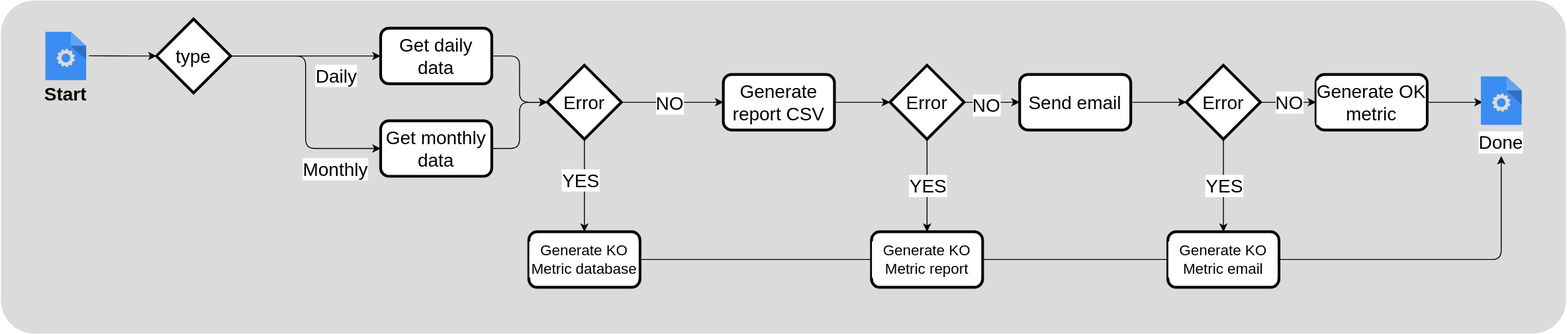
The draw.io diagram docs/diagrams/workflows/data_highway/reports/signet.drawio.svg in Bruin-Dev/Intelygenz, before a commit. Source tidied: cells renumbered, new cells last; positions are measured from the earlier drawing's top-left corner, leaving out a move shared by most shapes.
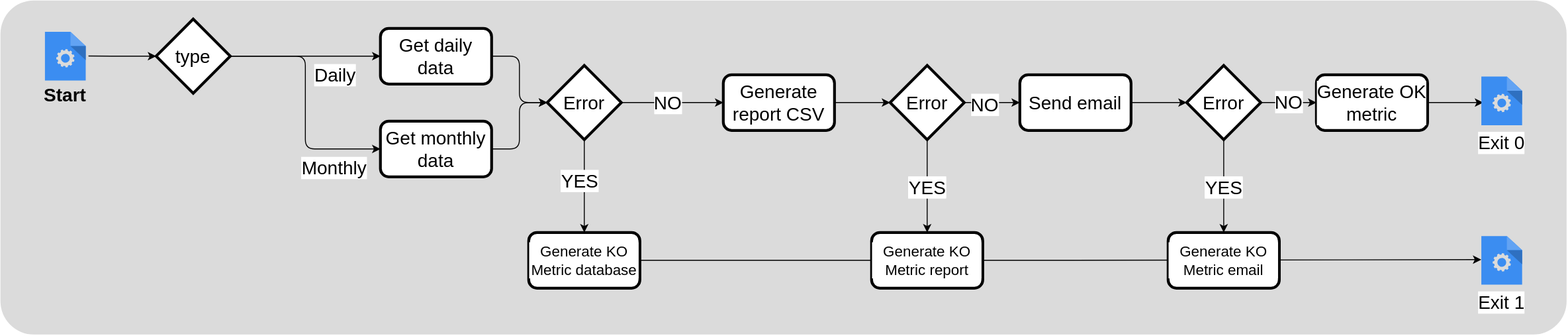
After the commit.

Commit message:
docs(diagrams): Update signet diagram to finish with exit 0 or 1

Diff of the diagram source:
```diff
@@ -63,7 +63,7 @@
     <mxCell id="20" value="Generate OK metric" style="rounded=1;whiteSpace=wrap;html=1;labelBackgroundColor=#FFFFFF;fontSize=20;fontColor=#000000;strokeColor=#000000;strokeWidth=3;fillColor=#FFFFFF;" parent="1" vertex="1">
       <mxGeometry x="1420" y="80" width="120" height="60" as="geometry" />
     </mxCell>
-    <mxCell id="21" style="edgeStyle=orthogonalEdgeStyle;html=1;exitX=1;exitY=0.5;exitDx=0;exitDy=0;entryX=0.5;entryY=1;entryDx=0;entryDy=0;fontSize=20;fontColor=#000000;startArrow=none;startFill=0;endArrow=classic;endFill=1;strokeColor=#000000;" parent="1" edge="1" source="22" target="39">
+    <mxCell id="21" style="edgeStyle=orthogonalEdgeStyle;html=1;exitX=1;exitY=0.5;exitDx=0;exitDy=0;entryX=-0.002;entryY=0.486;entryDx=0;entryDy=0;fontSize=20;fontColor=#000000;startArrow=none;startFill=0;endArrow=classic;endFill=1;strokeColor=#000000;entryPerimeter=0;" parent="1" edge="1" source="22" target="42">
       <mxGeometry relative="1" as="geometry" />
     </mxCell>
     <mxCell id="22" value="Generate KO Metric database" style="rounded=1;whiteSpace=wrap;html=1;labelBackgroundColor=#FFFFFF;fontSize=16;fontColor=#000000;strokeColor=#000000;strokeWidth=3;fillColor=#FFFFFF;" parent="1" vertex="1">
@@ -123,7 +123,7 @@
     <mxCell id="38" style="sketch=0;html=1;strokeColor=none;shadow=0;align=center;verticalAlign=top;fillColor=#3B8DF1;shape=mxgraph.gcp2.process;" parent="1" vertex="1">
       <mxGeometry x="1598" y="82" width="44" height="52.4" as="geometry" />
     </mxCell>
-    <mxCell id="39" value="Done" style="text;html=1;strokeColor=none;fillColor=none;align=center;verticalAlign=middle;whiteSpace=wrap;rounded=0;labelBackgroundColor=#FFFFFF;fontSize=20;fontColor=#000000;" parent="1" vertex="1">
+    <mxCell id="39" value="Exit 0" style="text;html=1;strokeColor=none;fillColor=none;align=center;verticalAlign=middle;whiteSpace=wrap;rounded=0;labelBackgroundColor=#FFFFFF;fontSize=20;fontColor=#000000;" parent="1" vertex="1">
       <mxGeometry x="1590" y="138.2" width="60" height="30" as="geometry" />
     </mxCell>
     <mxCell id="40" value="Generate KO Metric report" style="rounded=1;whiteSpace=wrap;html=1;labelBackgroundColor=#FFFFFF;fontSize=16;fontColor=#000000;strokeColor=#000000;strokeWidth=3;fillColor=#FFFFFF;" parent="1" vertex="1">
@@ -132,5 +132,11 @@
     <mxCell id="41" value="Generate KO Metric email" style="rounded=1;whiteSpace=wrap;html=1;labelBackgroundColor=#FFFFFF;fontSize=16;fontColor=#000000;strokeColor=#000000;strokeWidth=3;fillColor=#FFFFFF;" parent="1" vertex="1">
       <mxGeometry x="1260" y="250" width="120" height="60" as="geometry" />
     </mxCell>
+    <mxCell id="42" style="sketch=0;html=1;strokeColor=none;shadow=0;align=center;verticalAlign=top;fillColor=#3B8DF1;shape=mxgraph.gcp2.process;" parent="1" vertex="1">
+      <mxGeometry x="1598" y="253.8" width="44" height="52.4" as="geometry" />
+    </mxCell>
+    <mxCell id="43" value="Exit 1" style="text;html=1;strokeColor=none;fillColor=none;align=center;verticalAlign=middle;whiteSpace=wrap;rounded=0;labelBackgroundColor=#FFFFFF;fontSize=20;fontColor=#000000;" parent="1" vertex="1">
+      <mxGeometry x="1590" y="310" width="60" height="30" as="geometry" />
+    </mxCell>
   </root>
 </mxGraphModel>
```
